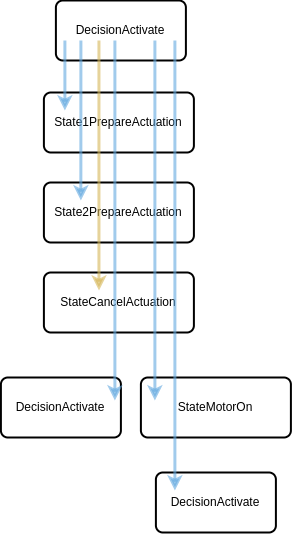
Above: assets/path-launch-pad-motor.png in guimaraaes/cutes (draw.io), before the change. Source tidied: cells renumbered, new cells last; positions are measured from the earlier drawing's top-left corner, leaving out a move shared by most shapes.
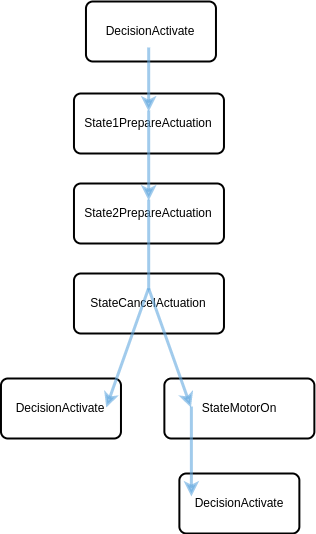
The same file after the commit.

Change to the diagram source:
```diff
@@ -15,48 +15,48 @@
       <mxGeometry x="43.4" y="272" width="150" height="60" as="geometry" />
     </mxCell>
     <mxCell id="6" value="DecisionActivate" style="rounded=1;whiteSpace=wrap;html=1;absoluteArcSize=1;arcSize=14;strokeWidth=2;" parent="1" vertex="1">
-      <mxGeometry x="0.4" y="377" width="120" height="60" as="geometry" />
+      <mxGeometry x="-29.6" y="377" width="120" height="60" as="geometry" />
     </mxCell>
     <mxCell id="7" value="StateMotorOn" style="rounded=1;whiteSpace=wrap;html=1;absoluteArcSize=1;arcSize=14;strokeWidth=2;" parent="1" vertex="1">
-      <mxGeometry x="140.4" y="377" width="150" height="60" as="geometry" />
+      <mxGeometry x="133.8" y="377" width="150" height="60" as="geometry" />
     </mxCell>
     <mxCell id="8" value="DecisionActivate" style="rounded=1;whiteSpace=wrap;html=1;absoluteArcSize=1;arcSize=14;strokeWidth=2;" parent="1" vertex="1">
-      <mxGeometry x="155.4" y="472" width="120" height="60" as="geometry" />
+      <mxGeometry x="148.8" y="472" width="120" height="60" as="geometry" />
     </mxCell>
-    <mxCell id="9" style="endArrow=classic;html=1;rounded=0;fillColor=#dae8fc;strokeColor=#63a8df;strokeWidth=3;opacity=60;" parent="1" edge="1">
+    <mxCell id="9" style="endArrow=classic;html=1;rounded=0;fillColor=#dae8fc;strokeColor=#63a8df;strokeWidth=3;opacity=60;endSize=6;startSize=6;" parent="1" edge="1">
       <mxGeometry relative="1" as="geometry">
-        <mxPoint x="64.4" y="40" as="sourcePoint" />
-        <mxPoint x="64.4" y="110" as="targetPoint" />
+        <mxPoint x="118.1" y="109" as="sourcePoint" />
+        <mxPoint x="118.1" y="199" as="targetPoint" />
       </mxGeometry>
     </mxCell>
-    <mxCell id="10" style="endArrow=classic;html=1;rounded=0;fillColor=#dae8fc;strokeColor=#63a8df;strokeWidth=3;opacity=60;entryX=0.313;entryY=0.3;entryDx=0;entryDy=0;entryPerimeter=0;" parent="1" edge="1">
+    <mxCell id="10" style="endArrow=classic;html=1;rounded=0;fillColor=#dae8fc;strokeColor=#63a8df;strokeWidth=3;opacity=60;endSize=6;startSize=6;" parent="1" edge="1">
       <mxGeometry relative="1" as="geometry">
-        <mxPoint x="80.4" y="40" as="sourcePoint" />
-        <mxPoint x="80.4" y="200" as="targetPoint" />
+        <mxPoint x="118.1" y="46" as="sourcePoint" />
+        <mxPoint x="118.1" y="110" as="targetPoint" />
       </mxGeometry>
     </mxCell>
-    <mxCell id="11" style="endArrow=classic;html=1;rounded=0;fillColor=#fff2cc;strokeColor=#d6b656;strokeWidth=3;opacity=60;entryX=0.447;entryY=0.3;entryDx=0;entryDy=0;entryPerimeter=0;" parent="1" edge="1">
+    <mxCell id="11" style="endArrow=none;html=1;rounded=0;fillColor=#dae8fc;strokeColor=#63a8df;strokeWidth=3;opacity=60;endSize=6;startSize=6;endFill=0;" parent="1" edge="1">
       <mxGeometry relative="1" as="geometry">
-        <mxPoint x="98.5" y="40" as="sourcePoint" />
-        <mxPoint x="98.5" y="290" as="targetPoint" />
+        <mxPoint x="118.1" y="198" as="sourcePoint" />
+        <mxPoint x="118.1" y="288" as="targetPoint" />
       </mxGeometry>
     </mxCell>
-    <mxCell id="12" style="endArrow=classic;html=1;rounded=0;fillColor=#fff2cc;strokeColor=#63A8DF;strokeWidth=3;opacity=60;" parent="1" edge="1">
+    <mxCell id="12" style="endArrow=classic;html=1;rounded=0;fillColor=#dae8fc;strokeColor=#63a8df;strokeWidth=3;opacity=60;endSize=6;startSize=6;" parent="1" edge="1">
       <mxGeometry relative="1" as="geometry">
-        <mxPoint x="114.4" y="40" as="sourcePoint" />
-        <mxPoint x="114.4" y="400" as="targetPoint" />
+        <mxPoint x="160.8" y="405" as="sourcePoint" />
+        <mxPoint x="160.8" y="495" as="targetPoint" />
       </mxGeometry>
     </mxCell>
-    <mxCell id="13" style="endArrow=classic;html=1;rounded=0;fillColor=#dae8fc;strokeColor=#63a8df;strokeWidth=3;opacity=60;" parent="1" edge="1">
+    <mxCell id="13" style="endArrow=classic;html=1;rounded=0;fillColor=#dae8fc;strokeColor=#63a8df;strokeWidth=3;opacity=60;endSize=6;startSize=6;" parent="1" edge="1">
       <mxGeometry relative="1" as="geometry">
-        <mxPoint x="154.4" y="40" as="sourcePoint" />
-        <mxPoint x="154.4" y="400" as="targetPoint" />
+        <mxPoint x="118.1" y="287" as="sourcePoint" />
+        <mxPoint x="160.4" y="406" as="targetPoint" />
       </mxGeometry>
     </mxCell>
-    <mxCell id="14" style="endArrow=classic;html=1;rounded=0;fillColor=#dae8fc;strokeColor=#63a8df;strokeWidth=3;opacity=60;entryX=0.125;entryY=0.3;entryDx=0;entryDy=0;entryPerimeter=0;" parent="1" edge="1">
+    <mxCell id="14" style="endArrow=classic;html=1;rounded=0;fillColor=#dae8fc;strokeColor=#63a8df;strokeWidth=3;opacity=60;endSize=6;startSize=6;entryX=0.133;entryY=0.483;entryDx=0;entryDy=0;entryPerimeter=0;" parent="1" edge="1">
       <mxGeometry relative="1" as="geometry">
-        <mxPoint x="174.4" y="40" as="sourcePoint" />
-        <mxPoint x="174.4" y="490" as="targetPoint" />
+        <mxPoint x="117.9" y="287" as="sourcePoint" />
+        <mxPoint x="75.7" y="406" as="targetPoint" />
       </mxGeometry>
     </mxCell>
   </root>
```
